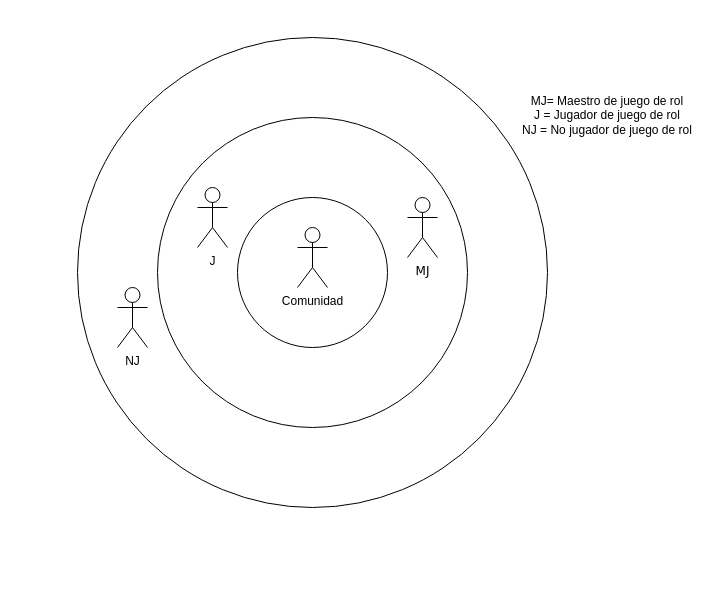
The draw.io diagram Misael/Clase_2 Proyecto/Documento de requisitos/Mapa de actor.drawio in misaeluno/Proyecto-de-Software, before the edit. Source tidied: cells renumbered, new cells numbered last; positions are measured from the earlier drawing's top-left corner, leaving out a move shared by most shapes. Both pictures are drawn from the tidied source at 100%, with x=0, y=0 at pixel (77, 37).
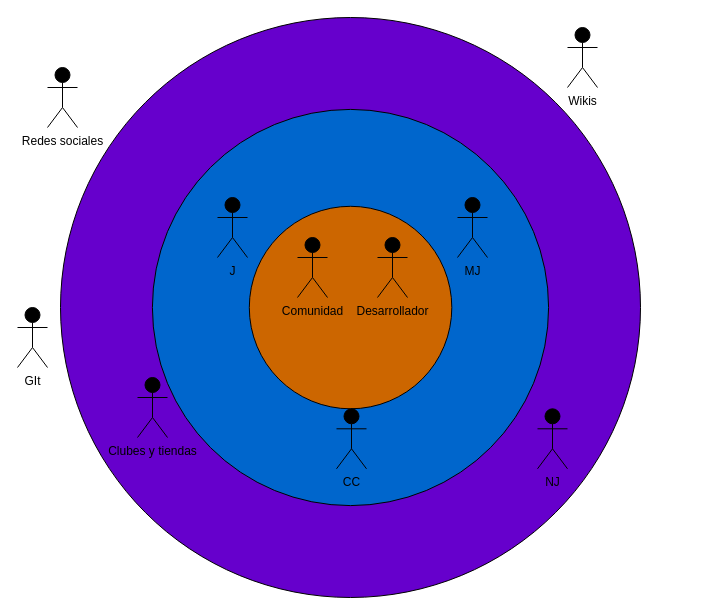
The same diagram, later.

Commit message (it also covers changes not shown here):
mapa de actores nuevo

The edit, as a diff of the source:
```diff
@@
 <mxGraphModel>
   <root>
     <mxCell id="0" />
     <mxCell id="1" parent="0" />
-    <mxCell id="2" style="ellipse;whiteSpace=wrap;html=1;strokeColor=#000000;" parent="1" vertex="1">
-      <mxGeometry width="470" height="470" as="geometry" />
+    <mxCell id="2" style="ellipse;whiteSpace=wrap;html=1;strokeColor=#000000;fillColor=#6600CC;" parent="1" vertex="1">
+      <mxGeometry x="-17" y="-20" width="580" height="580" as="geometry" />
     </mxCell>
-    <mxCell id="3" style="ellipse;whiteSpace=wrap;html=1;strokeColor=#000000;" parent="1" vertex="1">
-      <mxGeometry x="80" y="80" width="310" height="310" as="geometry" />
+    <mxCell id="3" style="ellipse;whiteSpace=wrap;html=1;strokeColor=#000000;fillColor=#0066CC;" parent="1" vertex="1">
+      <mxGeometry x="74.9" y="71.9" width="396.2" height="396.2" as="geometry" />
     </mxCell>
-    <mxCell id="4" style="ellipse;whiteSpace=wrap;html=1;strokeColor=#000000;" parent="1" vertex="1">
-      <mxGeometry x="160" y="160" width="150" height="150" as="geometry" />
+    <mxCell id="4" style="ellipse;whiteSpace=wrap;html=1;strokeColor=#000000;fillColor=#CC6600;" parent="1" vertex="1">
+      <mxGeometry x="171.8" y="168.8" width="202.5" height="202.5" as="geometry" />
     </mxCell>
+    <mxCell id="6" value="MJ" style="shape=umlActor;verticalLabelPosition=bottom;verticalAlign=top;html=1;fillColor=#000000;strokeColor=#000000;" parent="1" vertex="1">
+      <mxGeometry x="380" y="160" width="30" height="60" as="geometry" />
+    </mxCell>
-    <mxCell id="5" value="&lt;font style=&quot;color: rgb(0, 0, 0);&quot;&gt;J&lt;/font&gt;" style="shape=umlActor;verticalLabelPosition=bottom;verticalAlign=top;html=1;strokeColor=#000000;" parent="1" vertex="1">
-      <mxGeometry x="120" y="150" width="30" height="60" as="geometry" />
+    <mxCell id="5" value="J" style="shape=umlActor;verticalLabelPosition=bottom;verticalAlign=top;html=1;fillColor=#000000;strokeColor=#000000;" parent="1" vertex="1">
+      <mxGeometry x="140" y="160" width="30" height="60" as="geometry" />
     </mxCell>
-    <mxCell id="6" value="MJ" style="shape=umlActor;verticalLabelPosition=bottom;verticalAlign=top;html=1;fontFamily=Verdana;strokeColor=#000000;" parent="1" vertex="1">
-      <mxGeometry x="330" y="160" width="30" height="60" as="geometry" />
-    </mxCell>
+    <mxCell id="8" value="Comunidad" style="shape=umlActor;verticalLabelPosition=bottom;verticalAlign=top;html=1;fillColor=#000000;strokeColor=#000000;" parent="1" vertex="1">
+      <mxGeometry x="220" y="200" width="30" height="60" as="geometry" />
+    </mxCell>
+    <mxCell id="10" value="Desarrollador" style="shape=umlActor;verticalLabelPosition=bottom;verticalAlign=top;html=1;fillColor=#000000;strokeColor=#000000;" parent="1" vertex="1">
+      <mxGeometry x="300" y="200" width="30" height="60" as="geometry" />
+    </mxCell>
+    <mxCell id="11" value="Clubes y tiendas" style="shape=umlActor;verticalLabelPosition=bottom;verticalAlign=top;html=1;fillColor=#000000;strokeColor=#000000;" parent="1" vertex="1">
+      <mxGeometry x="60" y="340" width="30" height="60" as="geometry" />
+    </mxCell>
-    <mxCell id="7" value="&lt;font style=&quot;color: rgb(0, 0, 0);&quot;&gt;NJ&lt;/font&gt;" style="shape=umlActor;verticalLabelPosition=bottom;verticalAlign=top;html=1;strokeColor=#000000;" parent="1" vertex="1">
-      <mxGeometry x="40" y="250" width="30" height="60" as="geometry" />
+    <mxCell id="7" value="NJ" style="shape=umlActor;verticalLabelPosition=bottom;verticalAlign=top;html=1;fillColor=#000000;strokeColor=#000000;" parent="1" vertex="1">
+      <mxGeometry x="460" y="371.3" width="30" height="60" as="geometry" />
     </mxCell>
-    <mxCell id="8" value="&lt;font style=&quot;color: rgb(0, 0, 0);&quot;&gt;Comunidad&lt;/font&gt;" style="shape=umlActor;verticalLabelPosition=bottom;verticalAlign=top;html=1;strokeColor=#000000;" parent="1" vertex="1">
-      <mxGeometry x="220" y="190" width="30" height="60" as="geometry" />
-    </mxCell>
-    <mxCell id="9" value="&lt;font style=&quot;color: rgb(0, 0, 0);&quot;&gt;MJ= Maestro de juego de rol&lt;/font&gt;&lt;div&gt;&lt;font style=&quot;color: rgb(0, 0, 0);&quot;&gt;J = Jugador de juego de rol&lt;/font&gt;&lt;/div&gt;&lt;div&gt;&lt;font style=&quot;color: rgb(0, 0, 0);&quot;&gt;NJ = No jugador de juego de rol&lt;/font&gt;&lt;/div&gt;&lt;div&gt;&lt;br&gt;&lt;/div&gt;" style="text;html=1;whiteSpace=wrap;strokeColor=none;fillColor=none;align=center;verticalAlign=middle;rounded=0;" parent="1" vertex="1">
-      <mxGeometry x="440" width="180" height="170" as="geometry" />
-    </mxCell>
+    <mxCell id="12" value="CC" style="shape=umlActor;verticalLabelPosition=bottom;verticalAlign=top;html=1;fillColor=#000000;strokeColor=#000000;" parent="1" vertex="1">
+      <mxGeometry x="259" y="371.3" width="30" height="60" as="geometry" />
+    </mxCell>
+    <mxCell id="13" value="Redes sociales" style="shape=umlActor;verticalLabelPosition=bottom;verticalAlign=top;html=1;fillColor=#000000;strokeColor=#000000;" parent="1" vertex="1">
+      <mxGeometry x="-30" y="30" width="30" height="60" as="geometry" />
+    </mxCell>
+    <mxCell id="14" value="Wikis" style="shape=umlActor;verticalLabelPosition=bottom;verticalAlign=top;html=1;fillColor=#000000;strokeColor=#000000;" parent="1" vertex="1">
+      <mxGeometry x="490" y="-10" width="30" height="60" as="geometry" />
+    </mxCell>
+    <mxCell id="15" value="GIt" style="shape=umlActor;verticalLabelPosition=bottom;verticalAlign=top;html=1;fillColor=#000000;strokeColor=#000000;" parent="1" vertex="1">
+      <mxGeometry x="-60" y="270" width="30" height="60" as="geometry" />
+    </mxCell>
   </root>
 </mxGraphModel>
```
